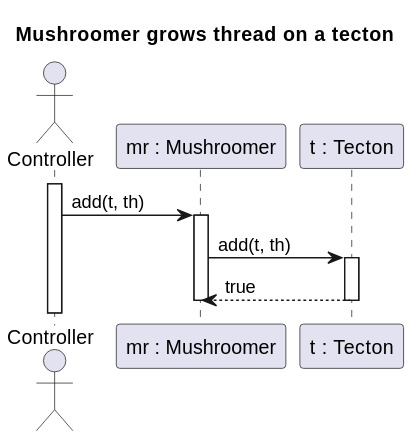
Petya-G/fungorium keeps this PlantUML diagram as out/5/sequences/growThread/growThread.svg. Above is the earlier version. The source it was exported from:
```plantuml
@startuml
title Mushroomer grows thread on a tecton

actor Controller
participant "mr : Mushroomer" as MR
participant "t : Tecton" as T

activate Controller
Controller -> MR : add(t, th)
activate MR

MR -> T : add(t, th)
activate T

MR <-- T : true
deactivate T

deactivate MR
@enduml
```
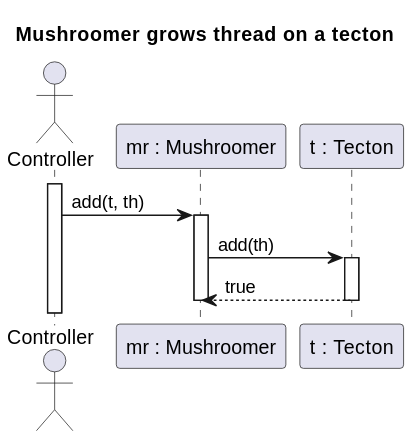
After the commit.

Diff of the diagram source:
```diff
@@ -9,7 +9,7 @@
 Controller -> MR : add(t, th)
 activate MR
 
-MR -> T : add(t, th)
+MR -> T : add(th)
 activate T
 
 MR <-- T : true
```
